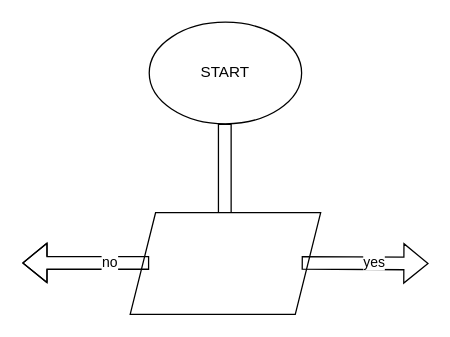
Before: Untitled Diagram.drawio in jannatcodingal/lesson-1-introduction-to-python, a draw.io diagram. Source tidied: cells renumbered, new cells numbered last; positions are measured from the earlier drawing's top-left corner, leaving out a move shared by most shapes. Both pictures are drawn from the tidied source at 127%, with x=0, y=0 at pixel (22, 22).
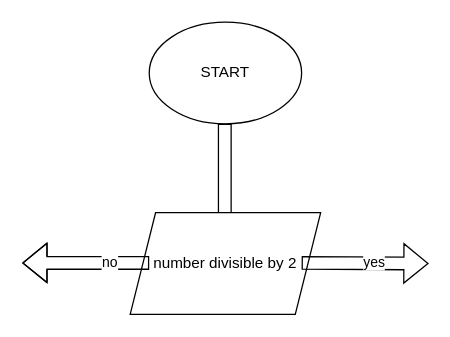
After the change.

What changed in the source:
```diff
@@
 <mxGraphModel>
   <root>
     <mxCell id="0" />
     <mxCell id="1" parent="0" />
     <mxCell id="2" value="START" style="ellipse;whiteSpace=wrap;html=1;" parent="1" vertex="1">
       <mxGeometry x="100" width="120" height="80" as="geometry" />
     </mxCell>
     <mxCell id="3" style="shape=flexArrow;endArrow=classic;html=1;rounded=0;" parent="1" edge="1">
       <mxGeometry relative="1" as="geometry">
         <mxPoint x="159.5" y="80" as="sourcePoint" />
         <mxPoint x="159.5" y="191.1" as="targetPoint" />
         <Array as="points">
           <mxPoint x="159.5" y="150" />
         </Array>
       </mxGeometry>
     </mxCell>
-    <mxCell id="4" style="shape=parallelogram;perimeter=parallelogramPerimeter;whiteSpace=wrap;html=1;fixedSize=1;" parent="1" vertex="1">
+    <mxCell id="4" value="number divisible by 2" style="shape=parallelogram;perimeter=parallelogramPerimeter;whiteSpace=wrap;html=1;fixedSize=1;" parent="1" vertex="1">
       <mxGeometry x="85" y="150" width="150" height="80" as="geometry" />
     </mxCell>
     <mxCell id="5" style="shape=flexArrow;endArrow=classic;html=1;rounded=0;" parent="1" edge="1">
       <mxGeometry relative="1" as="geometry">
         <mxPoint x="220" y="189.5" as="sourcePoint" />
         <mxPoint x="320" y="190" as="targetPoint" />
       </mxGeometry>
     </mxCell>
     <mxCell id="6" value="yes" style="edgeLabel;html=1;align=center;verticalAlign=middle;" parent="5" vertex="1">
       <mxGeometry x="0.12" y="1" relative="1" as="geometry" />
     </mxCell>
     <mxCell id="7" style="shape=flexArrow;endArrow=classic;html=1;rounded=0;" parent="1" edge="1">
       <mxGeometry relative="1" as="geometry">
         <mxPoint x="100" y="189.5" as="sourcePoint" />
         <mxPoint y="189.5" as="targetPoint" />
         <Array as="points">
           <mxPoint x="20" y="189.5" />
         </Array>
       </mxGeometry>
     </mxCell>
     <mxCell id="8" value="no" style="edgeLabel;html=1;align=center;verticalAlign=middle;" parent="7" vertex="1">
       <mxGeometry x="-0.36" y="-1" relative="1" as="geometry" />
     </mxCell>
   </root>
 </mxGraphModel>
```
